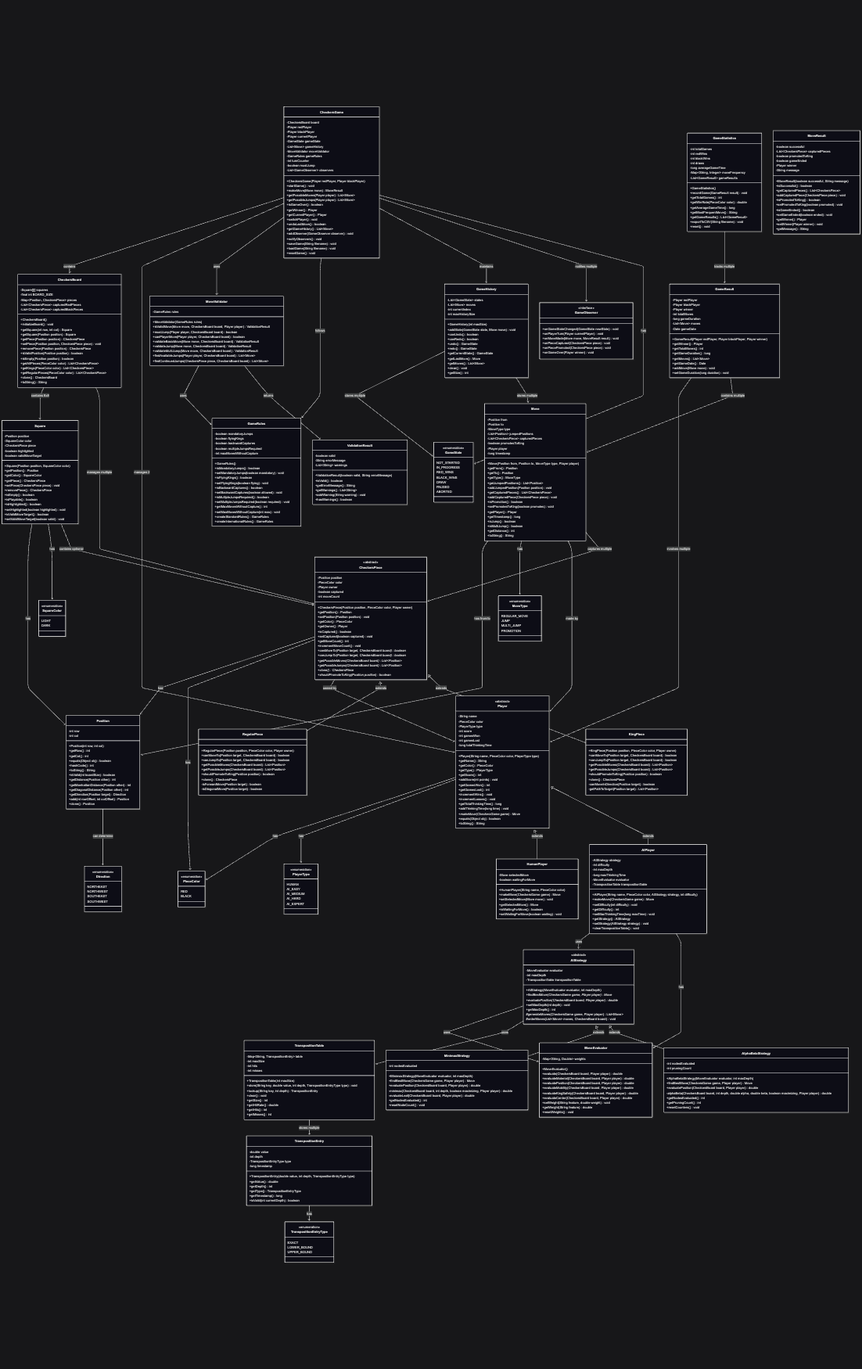
Before: CheckersUML.png, a diagram exported from Mermaid (erikmenchaca/Checkers). Its source is kept beside it as CheckersUML.mmd.
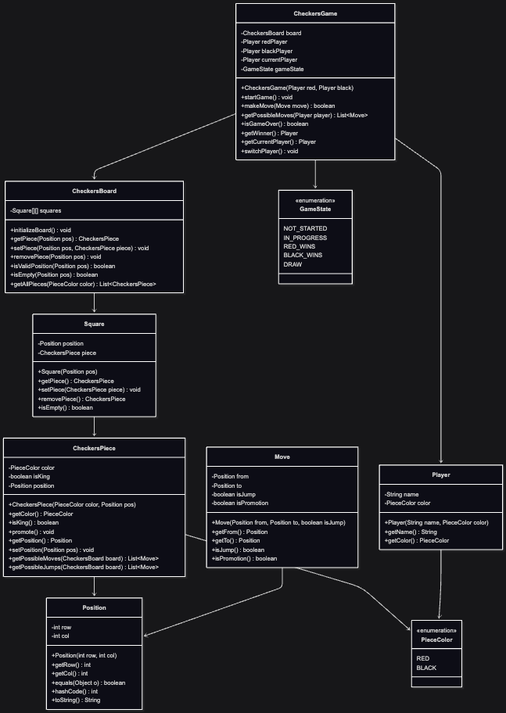
After the change.

Diff of the diagram source:
```diff
@@ -1,3 +1,6 @@
+---
+id: f5a4df61-6136-4683-a1f6-c6c258117358
+---
 classDiagram
     class CheckersGame {
         -CheckersBoard board
@@ -5,118 +8,69 @@
         -Player blackPlayer
         -Player currentPlayer
         -GameState gameState
-        -List~Move~ gameHistory
-        -MoveValidator moveValidator
-        -GameRules gameRules
-        -int turnCounter
-        -boolean mustJump
-        -List~GameObserver~ observers
-        +CheckersGame(Player redPlayer, Player blackPlayer)
+        +CheckersGame(Player red, Player black)
         +startGame() void
-        +makeMove(Move move) MoveResult
+        +makeMove(Move move) boolean
         +getPossibleMoves(Player player) List~Move~
-        +getPossibleJumps(Player player) List~Move~
         +isGameOver() boolean
         +getWinner() Player
         +getCurrentPlayer() Player
         +switchPlayer() void
-        +undoLastMove() boolean
-        +getGameHistory() List~Move~
-        +addObserver(GameObserver observer) void
-        +notifyObservers() void
-        +saveGame(String filename) void
-        +loadGame(String filename) void
-        +resetGame() void
     }
 
     class CheckersBoard {
         -Square[][] squares
-        -final int BOARD_SIZE
-        -Map~Position, CheckersPiece~ pieces
-        -List~CheckersPiece~ capturedRedPieces
-        -List~CheckersPiece~ capturedBlackPieces
-        +CheckersBoard()
         +initializeBoard() void
-        +getSquare(int row, int col) Square
-        +getSquare(Position position) Square
-        +getPiece(Position position) CheckersPiece
-        +setPiece(Position position, CheckersPiece piece) void
-        +removePiece(Position position) CheckersPiece
-        +isValidPosition(Position position) boolean
-        +isEmpty(Position position) boolean
+        +getPiece(Position pos) CheckersPiece
+        +setPiece(Position pos, CheckersPiece piece) void
+        +removePiece(Position pos) void
+        +isValidPosition(Position pos) boolean
+        +isEmpty(Position pos) boolean
         +getAllPieces(PieceColor color) List~CheckersPiece~
-        +getKings(PieceColor color) List~CheckersPiece~
-        +getRegularPieces(PieceColor color) List~CheckersPiece~
-        +clone() CheckersBoard
-        +toString() String
     }
 
     class Square {
         -Position position
-        -SquareColor color
         -CheckersPiece piece
-        -boolean highlighted
-        -boolean validMoveTarget
-        +Square(Position position, SquareColor color)
-        +getPosition() Position
-        +getColor() SquareColor
+        +Square(Position pos)
         +getPiece() CheckersPiece
         +setPiece(CheckersPiece piece) void
         +removePiece() CheckersPiece
         +isEmpty() boolean
-        +isPlayable() boolean
-        +isHighlighted() boolean
-        +setHighlighted(boolean highlighted) void
-        +isValidMoveTarget() boolean
-        +setValidMoveTarget(boolean valid) void
     }
 
     class CheckersPiece {
-        <<abstract>>
+        -PieceColor color
+        -boolean isKing
         -Position position
-        -PieceColor color
-        -Player owner
-        -boolean captured
-        -int moveCount
-        +CheckersPiece(Position position, PieceColor color, Player owner)
+        +CheckersPiece(PieceColor color, Position pos)
+        +getColor() PieceColor
+        +isKing() boolean
+        +promote() void
         +getPosition() Position
-        +setPosition(Position position) void
-        +getColor() PieceColor
-        +getOwner() Player
-        +isCaptured() boolean
-        +setCaptured(boolean captured) void
-        +getMoveCount() int
-        +incrementMoveCount() void
-        +canMoveTo(Position target, CheckersBoard board) boolean*
-        +canJumpTo(Position target, CheckersBoard board) boolean*
-        +getPossibleMoves(CheckersBoard board) List~Position~*
-        +getPossibleJumps(CheckersBoard board) List~Position~*
-        +clone() CheckersPiece*
-        +shouldPromoteToKing(Position position) boolean*
+        +setPosition(Position pos) void
+        +getPossibleMoves(CheckersBoard board) List~Move~
+        +getPossibleJumps(CheckersBoard board) List~Move~
     }
 
-    class RegularPiece {
-        +RegularPiece(Position position, PieceColor color, Player owner)
-        +canMoveTo(Position target, CheckersBoard board) boolean
-        +canJumpTo(Position target, CheckersBoard board) boolean
-        +getPossibleMoves(CheckersBoard board) List~Position~
-        +getPossibleJumps(CheckersBoard board) List~Position~
-        +shouldPromoteToKing(Position position) boolean
-        +clone() CheckersPiece
-        -isForwardMove(Position target) boolean
-        -isDiagonalMove(Position target) boolean
+    class Move {
+        -Position from
+        -Position to
+        -boolean isJump
+        -boolean isPromotion
+        +Move(Position from, Position to, boolean isJump)
+        +getFrom() Position
+        +getTo() Position
+        +isJump() boolean
+        +isPromotion() boolean
     }
 
-    class KingPiece {
-        +KingPiece(Position position, PieceColor color, Player owner)
-        +canMoveTo(Position target, CheckersBoard board) boolean
-        +canJumpTo(Position target, CheckersBoard board) boolean
-        +getPossibleMoves(CheckersBoard board) List~Position~
-        +getPossibleJumps(CheckersBoard board) List~Position~
-        +shouldPromoteToKing(Position position) boolean
-        +clone() CheckersPiece
-        -canMoveInDirection(Position target) boolean
-        -getPathToTarget(Position target) List~Position~
+    class Player {
+        -String name
+        -PieceColor color
+        +Player(String name, PieceColor color)
+        +getName() String
+        +getColor() PieceColor
     }
 
     class Position {
@@ -125,278 +79,15 @@
         +Position(int row, int col)
         +getRow() int
         +getCol() int
-        +equals(Object obj) boolean
+        +equals(Object o) boolean
         +hashCode() int
         +toString() String
-        +isValid(int boardSize) boolean
-        +getDistance(Position other) int
-        +getManhattanDistance(Position other) int
-        +getDiagonalDistance(Position other) int
-        +getDirection(Position target) Direction
-        +add(int rowOffset, int colOffset) Position
-        +clone() Position
-    }
-
-    class Move {
-        -Position from
-        -Position to
-        -MoveType type
-        -List~Position~ jumpedPositions
-        -List~CheckersPiece~ capturedPieces
-        -boolean promotesToKing
-        -Player player
-        -long timestamp
-        +Move(Position from, Position to, MoveType type, Player player)
-        +getFrom() Position
-        +getTo() Position
-        +getType() MoveType
-        +getJumpedPositions() List~Position~
-        +addJumpedPosition(Position position) void
-        +getCapturedPieces() List~CheckersPiece~
-        +addCapturedPiece(CheckersPiece piece) void
-        +isPromotion() boolean
-        +setPromotesToKing(boolean promotes) void
-        +getPlayer() Player
-        +getTimestamp() long
-        +isJump() boolean
-        +isMultiJump() boolean
-        +getDistance() int
-        +toString() String
-    }
-
-    class Player {
-        <<abstract>>
-        -String name
-        -PieceColor color
-        -PlayerType type
-        -int score
-        -int gamesWon
-        -int gamesLost
-        -long totalThinkingTime
-        +Player(String name, PieceColor color, PlayerType type)
-        +getName() String
-        +getColor() PieceColor
-        +getType() PlayerType
-        +getScore() int
-        +addScore(int points) void
-        +getGamesWon() int
-        +getGamesLost() int
-        +incrementWins() void
-        +incrementLosses() void
-        +getTotalThinkingTime() long
-        +addThinkingTime(long time) void
-        +makeMove(CheckersGame game) Move*
-        +equals(Object obj) boolean
-        +toString() String
-    }
-
-    class HumanPlayer {
-        -Move selectedMove
-        -boolean waitingForMove
-        +HumanPlayer(String name, PieceColor color)
-        +makeMove(CheckersGame game) Move
-        +setSelectedMove(Move move) void
-        +getSelectedMove() Move
-        +isWaitingForMove() boolean
-        +setWaitingForMove(boolean waiting) void
-    }
-
-    class AIPlayer {
-        -AIStrategy strategy
-        -int difficulty
-        -int maxDepth
-        -long maxThinkingTime
-        -MoveEvaluator evaluator
-        -TranspositionTable transpositionTable
-        +AIPlayer(String name, PieceColor color, AIStrategy strategy, int difficulty)
-        +makeMove(CheckersGame game) Move
-        +setDifficulty(int difficulty) void
-        +getDifficulty() int
-        +setMaxThinkingTime(long maxTime) void
-        +getStrategy() AIStrategy
-        +setStrategy(AIStrategy strategy) void
-        +clearTranspositionTable() void
-    }
-
-    class AIStrategy {
-        <<abstract>>
-        -MoveEvaluator evaluator
-        -int maxDepth
-        -TranspositionTable transpositionTable
-        +AIStrategy(MoveEvaluator evaluator, int maxDepth)
-        +findBestMove(CheckersGame game, Player player) Move*
-        +evaluatePosition(CheckersBoard board, Player player) double*
-        +setMaxDepth(int depth) void
-        +getMaxDepth() int
-        #generateMoves(CheckersGame game, Player player) List~Move~
-        #orderMoves(List~Move~ moves, CheckersBoard board) void
-    }
-
-    class MinimaxStrategy {
-        -int nodesEvaluated
-        +MinimaxStrategy(MoveEvaluator evaluator, int maxDepth)
-        +findBestMove(CheckersGame game, Player player) Move
-        +evaluatePosition(CheckersBoard board, Player player) double
-        -minimax(CheckersBoard board, int depth, boolean maximizing, Player player) double
-        -evaluateLeaf(CheckersBoard board, Player player) double
-        +getNodesEvaluated() int
-        +resetNodeCount() void
-    }
-
-    class AlphaBetaStrategy {
-        -int nodesEvaluated
-        -int pruningCount
-        +AlphaBetaStrategy(MoveEvaluator evaluator, int maxDepth)
-        +findBestMove(CheckersGame game, Player player) Move
-        +evaluatePosition(CheckersBoard board, Player player) double
-        -alphaBeta(CheckersBoard board, int depth, double alpha, double beta, boolean maximizing, Player player) double
-        +getNodesEvaluated() int
-        +getPruningCount() int
-        +resetCounters() void
-    }
-
-    class MoveEvaluator {
-        -Map~String, Double~ weights
-        +MoveEvaluator()
-        +evaluate(CheckersBoard board, Player player) double
-        +evaluateMaterial(CheckersBoard board, Player player) double
-        +evaluatePosition(CheckersBoard board, Player player) double
-        +evaluateMobility(CheckersBoard board, Player player) double
-        +evaluateKingSafety(CheckersBoard board, Player player) double
-        +evaluateCenter(CheckersBoard board, Player player) double
-        +setWeight(String feature, double weight) void
-        +getWeight(String feature) double
-        +resetWeights() void
-    }
-
-    class TranspositionTable {
-        -Map~String, TranspositionEntry~ table
-        -int maxSize
-        -int hits
-        -int misses
-        +TranspositionTable(int maxSize)
-        +store(String key, double value, int depth, TranspositionEntryType type) void
-        +lookup(String key, int depth) TranspositionEntry
-        +clear() void
-        +getSize() int
-        +getHitRate() double
-        +getHits() int
-        +getMisses() int
-    }
-
-    class TranspositionEntry {
-        -double value
-        -int depth
-        -TranspositionEntryType type
-        -long timestamp
-        +TranspositionEntry(double value, int depth, TranspositionEntryType type)
-        +getValue() double
-        +getDepth() int
-        +getType() TranspositionEntryType
-        +getTimestamp() long
-        +isValid(int currentDepth) boolean
-    }
-
-    class MoveValidator {
-        -GameRules rules
-        +MoveValidator(GameRules rules)
-        +isValidMove(Move move, CheckersBoard board, Player player) ValidationResult
-        +mustJump(Player player, CheckersBoard board) boolean
-        +canPlayerMove(Player player, CheckersBoard board) boolean
-        +validateBasicMove(Move move, CheckersBoard board) ValidationResult
-        +validateJump(Move move, CheckersBoard board) ValidationResult
-        +validateMultiJump(Move move, CheckersBoard board) ValidationResult
-        +findAvailableJumps(Player player, CheckersBoard board) List~Move~
-        +findContinuedJumps(CheckersPiece piece, CheckersBoard board) List~Move~
-    }
-
-    class GameRules {
-        -boolean mandatoryJumps
-        -boolean flyingKings
-        -boolean backwardCaptures
-        -boolean multipleJumpsRequired
-        -int maxMovesWithoutCapture
-        +GameRules()
-        +isMandatoryJumps() boolean
-        +setMandatoryJumps(boolean mandatory) void
-        +isFlyingKings() boolean
-        +setFlyingKings(boolean flying) void
-        +isBackwardCaptures() boolean
-        +setBackwardCaptures(boolean allowed) void
-        +isMultipleJumpsRequired() boolean
-        +setMultipleJumpsRequired(boolean required) void
-        +getMaxMovesWithoutCapture() int
-        +setMaxMovesWithoutCapture(int max) void
-        +createStandardRules() GameRules
-        +createInternationalRules() GameRules
-    }
-
-    class GameHistory {
-        -List~GameState~ states
-        -List~Move~ moves
-        -int currentIndex
-        -int maxHistorySize
-        +GameHistory(int maxSize)
-        +addState(GameState state, Move move) void
-        +canUndo() boolean
-        +canRedo() boolean
-        +undo() GameState
-        +redo() GameState
-        +getCurrentState() GameState
-        +getLastMove() Move
-        +getMoves() List~Move~
-        +clear() void
-        +getSize() int
-    }
-
-    class GameObserver {
-        <<interface>>
-        +onGameStateChanged(GameState newState) void
-        +onPlayerTurn(Player currentPlayer) void
-        +onMoveMade(Move move, MoveResult result) void
-        +onPieceCaptured(CheckersPiece piece) void
-        +onPiecePromoted(CheckersPiece piece) void
-        +onGameOver(Player winner) void
-    }
-
-    class GameStatistics {
-        -int totalGames
-        -int redWins
-        -int blackWins
-        -int draws
-        -long averageGameTime
-        -Map~String, Integer~ moveFrequency
-        -List~GameResult~ gameResults
-        +GameStatistics()
-        +recordGame(GameResult result) void
-        +getTotalGames() int
-        +getWinRate(PieceColor color) double
-        +getAverageGameTime() long
-        +getMostFrequentMove() String
-        +getGameResults() List~GameResult~
-        +exportToCSV(String filename) void
-        +reset() void
     }
 
     class PieceColor {
         <<enumeration>>
         RED
         BLACK
-    }
-
-    class SquareColor {
-        <<enumeration>>
-        LIGHT
-        DARK
-    }
-
-    class PlayerType {
-        <<enumeration>>
-        HUMAN
-        AI_EASY
-        AI_MEDIUM
-        AI_HARD
-        AI_EXPERT
     }
 
     class GameState {
@@ -406,133 +97,14 @@
         RED_WINS
         BLACK_WINS
         DRAW
-        PAUSED
-        ABORTED
     }
 
-    class MoveType {
-        <<enumeration>>
-        REGULAR_MOVE
-        JUMP
-        MULTI_JUMP
-        PROMOTION
-    }
-
-    class Direction {
-        <<enumeration>>
-        NORTHEAST
-        NORTHWEST
-        SOUTHEAST
-        SOUTHWEST
-    }
-
-    class TranspositionEntryType {
-        <<enumeration>>
-        EXACT
-        LOWER_BOUND
-        UPPER_BOUND
-    }
-
-    class ValidationResult {
-        -boolean valid
-        -String errorMessage
-        -List~String~ warnings
-        +ValidationResult(boolean valid, String errorMessage)
-        +isValid() boolean
-        +getErrorMessage() String
-        +getWarnings() List~String~
-        +addWarning(String warning) void
-        +hasWarnings() boolean
-    }
-
-    class MoveResult {
-        -boolean successful
-        -List~CheckersPiece~ capturedPieces
-        -boolean promotedToKing
-        -boolean gameEnded
-        -Player winner
-        -String message
-        +MoveResult(boolean successful, String message)
-        +isSuccessful() boolean
-        +getCapturedPieces() List~CheckersPiece~
-        +addCapturedPiece(CheckersPiece piece) void
-        +isPromotedToKing() boolean
-        +setPromotedToKing(boolean promoted) void
-        +isGameEnded() boolean
-        +setGameEnded(boolean ended) void
-        +getWinner() Player
-        +setWinner(Player winner) void
-        +getMessage() String
-    }
-
-    class GameResult {
-        -Player redPlayer
-        -Player blackPlayer
-        -Player winner
-        -int totalMoves
-        -long gameDuration
-        -List~Move~ moves
-        -Date gameDate
-        +GameResult(Player redPlayer, Player blackPlayer, Player winner)
-        +getWinner() Player
-        +getTotalMoves() int
-        +getGameDuration() long
-        +getMoves() List~Move~
-        +getGameDate() Date
-        +addMove(Move move) void
-        +setGameDuration(long duration) void
-    }
-
-    CheckersGame --> CheckersBoard : contains
-    CheckersGame --> Player : manages 2
-    CheckersGame --> MoveValidator : uses
-    CheckersGame --> GameRules : follows
-    CheckersGame --> GameHistory : maintains
-    CheckersGame --> GameObserver : notifies multiple
-    CheckersGame --> GameState : has
-
-    CheckersBoard --> Square : contains 8x8
-    CheckersBoard --> CheckersPiece : manages multiple
-
-    Square --> Position : has
-    Square --> SquareColor : has
-    Square --> CheckersPiece : contains optional
-
-    CheckersPiece --> Position : has
-    CheckersPiece --> PieceColor : has
-    CheckersPiece --> Player : owned by
-    CheckersPiece <|-- RegularPiece : extends
-    CheckersPiece <|-- KingPiece : extends
-
-    Move --> Position : has from/to
-    Move --> MoveType : has
-    Move --> Player : made by
-    Move --> CheckersPiece : captures multiple
-
-    Player --> PieceColor : has
-    Player --> PlayerType : has
-    Player <|-- HumanPlayer : extends
-    Player <|-- AIPlayer : extends
-
-    AIPlayer --> AIStrategy : uses
-    AIPlayer --> MoveEvaluator : has
-
-    AIStrategy --> MoveEvaluator : uses
-    AIStrategy --> TranspositionTable : uses
-    AIStrategy <|-- MinimaxStrategy : extends
-    AIStrategy <|-- AlphaBetaStrategy : extends
-
-    TranspositionTable --> TranspositionEntry : stores multiple
-    TranspositionEntry --> TranspositionEntryType : has
-
-    MoveValidator --> GameRules : uses
-    MoveValidator --> ValidationResult : returns
-
-    GameHistory --> GameState : stores multiple
-    GameHistory --> Move : stores multiple
-
-    GameStatistics --> GameResult : tracks multiple
-    GameResult --> Player : involves multiple
-    GameResult --> Move : contains multiple
-
-    Position --> Direction : can determine
+    CheckersGame --> CheckersBoard
+    CheckersGame --> Player
+    CheckersGame --> GameState
+    CheckersBoard --> Square
+    Square --> CheckersPiece
+    CheckersPiece --> Position
+    CheckersPiece --> PieceColor
+    Move --> Position
+    Player --> PieceColor
```
